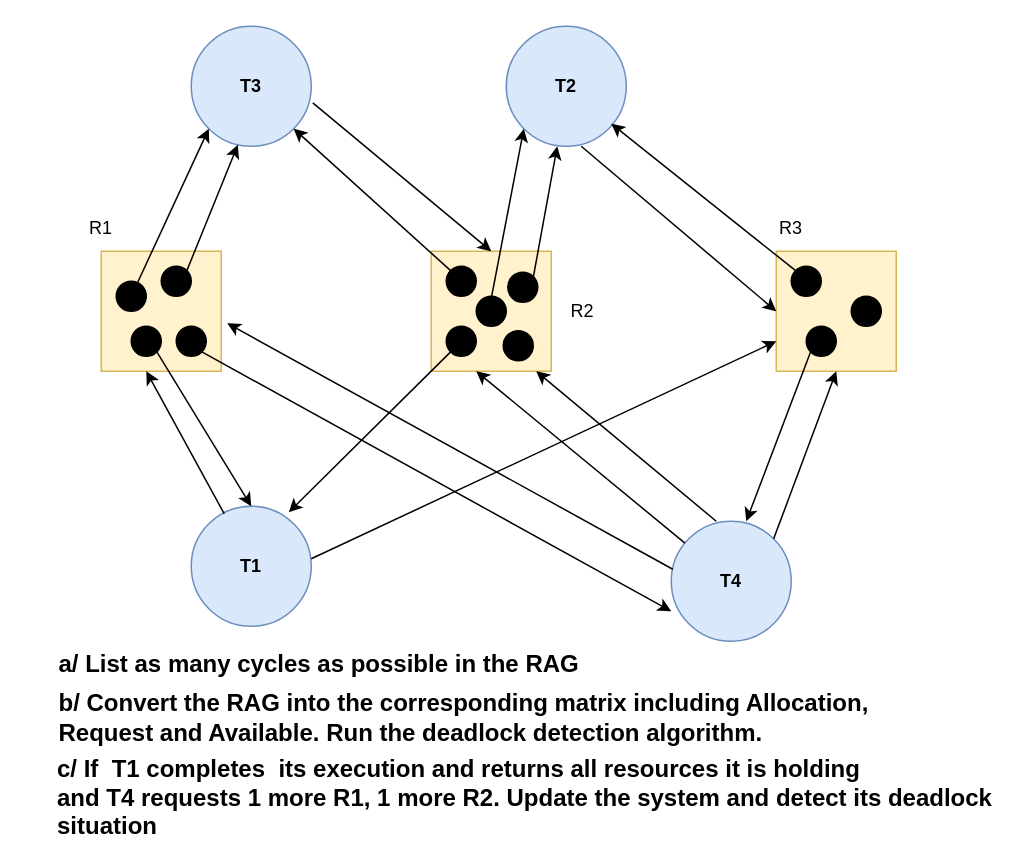
huyle84/diagrams keeps this draw.io diagram as RAGs.drawio. Above is the earlier version. Source tidied: cells renumbered, new cells numbered last; positions are measured from the earlier drawing's top-left corner, leaving out a move shared by most shapes. Both pictures are drawn from the tidied source at 150%, with x=0, y=0 at pixel (56, 26).
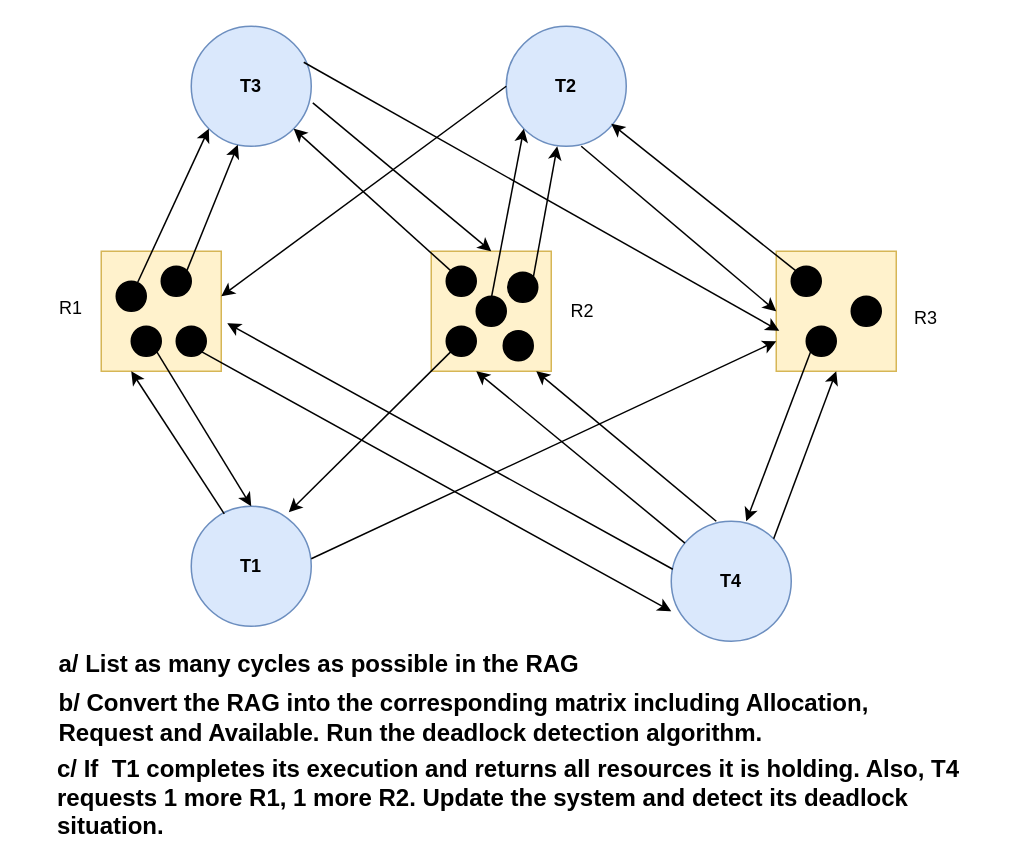
After the change.

Unchanged cells that the change refers to:
```xml
<mxCell id="3" style="whiteSpace=wrap;html=1;fillColor=#fff2cc;strokeColor=#d6b656;" parent="1" vertex="1">
  <mxGeometry x="30" y="150" width="80" height="80" as="geometry" />
</mxCell>
<mxCell id="4" style="whiteSpace=wrap;html=1;fillColor=#fff2cc;strokeColor=#d6b656;" parent="1" vertex="1">
  <mxGeometry x="480" y="150" width="80" height="80" as="geometry" />
</mxCell>
<mxCell id="6" value="T2" style="ellipse;whiteSpace=wrap;html=1;fillColor=#dae8fc;strokeColor=#6c8ebf;fontStyle=1;" parent="1" vertex="1">
  <mxGeometry x="300" width="80" height="80" as="geometry" />
</mxCell>
<mxCell id="7" value="T1" style="ellipse;whiteSpace=wrap;html=1;fillColor=#dae8fc;strokeColor=#6c8ebf;fontStyle=1;" parent="1" vertex="1">
  <mxGeometry x="90" y="320" width="80" height="80" as="geometry" />
</mxCell>
```

Diff of the diagram source:
```diff
@@
     <mxCell id="21" value="R1" style="text;html=1;strokeColor=none;fillColor=none;align=center;verticalAlign=middle;whiteSpace=wrap;rounded=0;" parent="1" vertex="1">
-      <mxGeometry y="120" width="60" height="30" as="geometry" />
+      <mxGeometry x="-20" y="173" width="60" height="30" as="geometry" />
     </mxCell>
@@
     <mxCell id="23" value="R3" style="text;html=1;strokeColor=none;fillColor=none;align=center;verticalAlign=middle;whiteSpace=wrap;rounded=0;" parent="1" vertex="1">
-      <mxGeometry x="460" y="120" width="60" height="30" as="geometry" />
+      <mxGeometry x="550" y="180" width="60" height="30" as="geometry" />
     </mxCell>
@@
-    <mxCell id="29" style="endArrow=classic;html=1;rounded=0;entryX=1;entryY=1;entryDx=0;entryDy=0;exitX=0.275;exitY=0.063;exitDx=0;exitDy=0;exitPerimeter=0;" parent="1" edge="1" source="7">
-      <mxGeometry relative="1" as="geometry">
-        <mxPoint x="60" y="230" as="targetPoint" />
-      </mxGeometry>
+    <mxCell id="29" style="endArrow=classic;html=1;rounded=0;entryX=0.25;entryY=1;entryDx=0;entryDy=0;exitX=0.275;exitY=0.063;exitDx=0;exitDy=0;exitPerimeter=0;" parent="1" edge="1" source="7" target="3">
+      <mxGeometry relative="1" as="geometry" />
     </mxCell>
@@
-    <mxCell id="44" value="&lt;div style=&quot;text-align: left;&quot;&gt;&lt;span style=&quot;font-size: 16px;&quot;&gt;c/ If &amp;nbsp;T1 completes &amp;nbsp;its execution and returns all resources it is holding&amp;nbsp;&lt;/span&gt;&lt;/div&gt;&lt;font style=&quot;font-size: 16px;&quot;&gt;&lt;div style=&quot;text-align: left;&quot;&gt;and T4 requests 1 more R1, 1 more R2. Update the system and detect its deadlock situation&amp;nbsp;&lt;/div&gt;&lt;/font&gt;" style="text;html=1;strokeColor=none;fillColor=none;align=center;verticalAlign=middle;whiteSpace=wrap;rounded=0;fontStyle=1;" parent="1" vertex="1">
+    <mxCell id="44" value="&lt;div style=&quot;text-align: left;&quot;&gt;&lt;span style=&quot;font-size: 16px;&quot;&gt;c/ If &amp;nbsp;T1 completes its execution and returns all resources it is holding. Also,&lt;/span&gt;&lt;span style=&quot;font-size: 16px;&quot;&gt;&amp;nbsp;T4 requests 1 more R1, 1 more R2. Update the system and detect its deadlock situation.&amp;nbsp;&lt;/span&gt;&lt;/div&gt;" style="text;html=1;strokeColor=none;fillColor=none;align=center;verticalAlign=middle;whiteSpace=wrap;rounded=0;fontStyle=1;" parent="1" vertex="1">
       <mxGeometry y="499" width="630" height="30" as="geometry" />
     </mxCell>
+    <mxCell id="45" style="endArrow=classic;html=1;rounded=0;entryX=1;entryY=1;entryDx=0;entryDy=0;exitX=0;exitY=0.5;exitDx=0;exitDy=0;" parent="1" edge="1" source="6">
+      <mxGeometry relative="1" as="geometry">
+        <mxPoint x="110" y="180" as="targetPoint" />
+      </mxGeometry>
+    </mxCell>
+    <mxCell id="46" style="endArrow=classic;html=1;rounded=0;entryX=0.025;entryY=0.663;entryDx=0;entryDy=0;exitX=0;exitY=0.5;exitDx=0;exitDy=0;entryPerimeter=0;" parent="1" edge="1" target="4">
+      <mxGeometry relative="1" as="geometry">
+        <mxPoint x="165" y="24" as="sourcePoint" />
+      </mxGeometry>
+    </mxCell>
```
